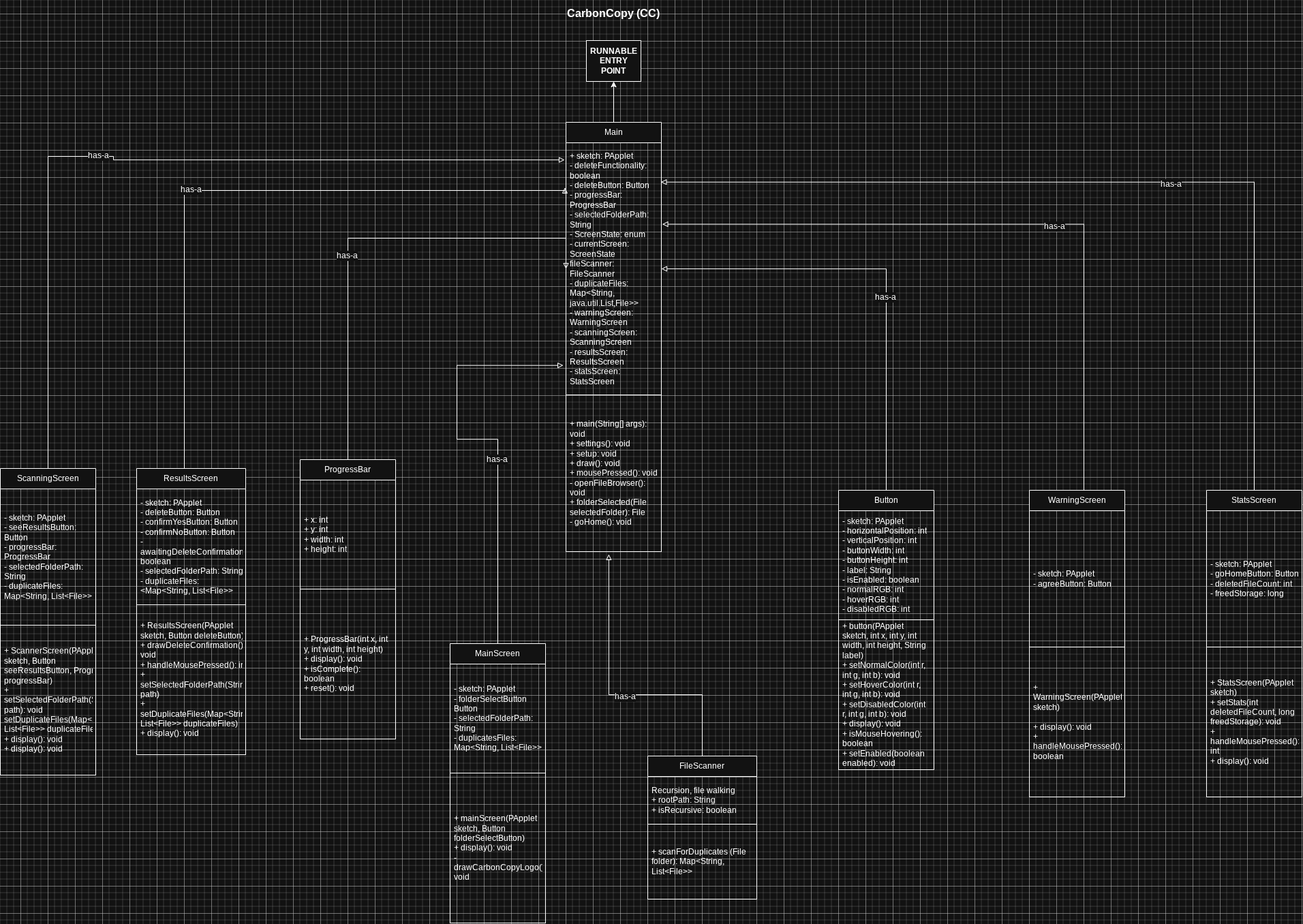
CFlory-Programming/AdvProgrammingIndividualProject keeps this draw.io diagram as images/UML.png. Above is the earlier version. Source tidied: cells renumbered, new cells last; positions are measured from the earlier drawing's top-left corner, leaving out a move shared by most shapes.
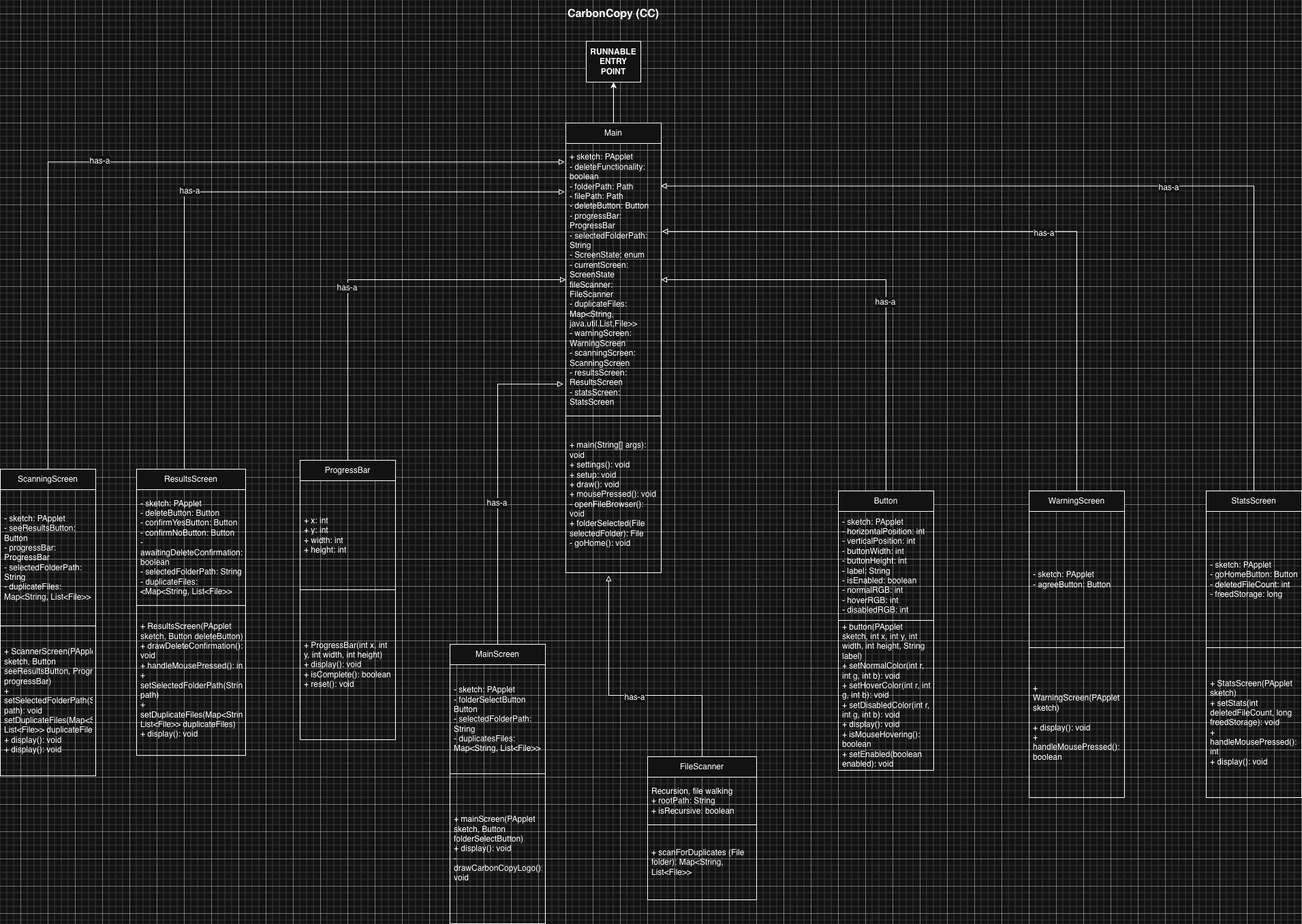
Later version of the same file.

What changed in the source:
```diff
@@ -30,18 +30,18 @@
       <mxGeometry relative="1" as="geometry" />
     </mxCell>
     <mxCell id="11" value="Main" style="swimlane;fontStyle=0;horizontal=1;startSize=30;whiteSpace=wrap;html=1;" parent="1" vertex="1">
-      <mxGeometry x="830" y="180" width="140" height="630" as="geometry" />
+      <mxGeometry x="830" y="180" width="140" height="660" as="geometry" />
     </mxCell>
-    <mxCell id="12" value="+ sketch: PApplet&lt;div&gt;- deleteFunctionality: boolean&lt;/div&gt;&lt;div&gt;- deleteButton: Button&lt;/div&gt;&lt;div&gt;- progressBar: ProgressBar&lt;/div&gt;&lt;div&gt;- selectedFolderPath: String&lt;/div&gt;&lt;div&gt;- ScreenState: enum&lt;/div&gt;&lt;div&gt;- currentScreen: ScreenState&lt;/div&gt;&lt;div&gt;fileScanner: FileScanner&lt;/div&gt;&lt;div&gt;- duplicateFiles: Map&amp;lt;String, java.util.List,File&amp;gt;&amp;gt;&lt;br&gt;- warningScreen: WarningScreen&lt;/div&gt;&lt;div&gt;- scanningScreen: ScanningScreen&lt;/div&gt;&lt;div&gt;- resultsScreen: ResultsScreen&lt;/div&gt;&lt;div&gt;- statsScreen: StatsScreen&lt;/div&gt;" style="text;strokeColor=none;fillColor=none;align=left;verticalAlign=middle;spacingLeft=4;spacingRight=4;overflow=hidden;points=[[0,0.5],[1,0.5]];portConstraint=eastwest;whiteSpace=wrap;html=1;" parent="11" vertex="1">
-      <mxGeometry y="30" width="140" height="370" as="geometry" />
+    <mxCell id="12" value="+ sketch: PApplet&lt;div&gt;- deleteFunctionality: boolean&lt;/div&gt;&lt;div&gt;- folderPath: Path&lt;/div&gt;&lt;div&gt;- filePath: Path&lt;/div&gt;&lt;div&gt;- deleteButton: Button&lt;/div&gt;&lt;div&gt;- progressBar: ProgressBar&lt;/div&gt;&lt;div&gt;- selectedFolderPath: String&lt;/div&gt;&lt;div&gt;- ScreenState: enum&lt;/div&gt;&lt;div&gt;- currentScreen: ScreenState&lt;/div&gt;&lt;div&gt;fileScanner: FileScanner&lt;/div&gt;&lt;div&gt;- duplicateFiles: Map&amp;lt;String, java.util.List,File&amp;gt;&amp;gt;&lt;br&gt;- warningScreen: WarningScreen&lt;/div&gt;&lt;div&gt;- scanningScreen: ScanningScreen&lt;/div&gt;&lt;div&gt;- resultsScreen: ResultsScreen&lt;/div&gt;&lt;div&gt;- statsScreen: StatsScreen&lt;/div&gt;" style="text;strokeColor=none;fillColor=none;align=left;verticalAlign=middle;spacingLeft=4;spacingRight=4;overflow=hidden;points=[[0,0.5],[1,0.5]];portConstraint=eastwest;whiteSpace=wrap;html=1;" parent="11" vertex="1">
+      <mxGeometry y="30" width="140" height="400" as="geometry" />
     </mxCell>
     <mxCell id="13" value="+ main(String[] args): void&lt;div&gt;+ settings(): void&lt;/div&gt;&lt;div&gt;+ setup: void&lt;/div&gt;&lt;div&gt;+ draw(): void&lt;/div&gt;&lt;div&gt;+ mousePressed(): void&lt;br&gt;- openFileBrowser(): void&lt;/div&gt;&lt;div&gt;+ folderSelected(File selectedFolder): File&lt;/div&gt;&lt;div&gt;- goHome(): void&lt;/div&gt;" style="text;strokeColor=default;fillColor=none;align=left;verticalAlign=middle;spacingLeft=4;spacingRight=4;overflow=hidden;points=[[0,0.5],[1,0.5]];portConstraint=eastwest;whiteSpace=wrap;html=1;strokeWidth=1;" parent="11" vertex="1">
-      <mxGeometry y="400" width="140" height="230" as="geometry" />
+      <mxGeometry y="430" width="140" height="230" as="geometry" />
     </mxCell>
     <mxCell id="14" style="edgeStyle=orthogonalEdgeStyle;rounded=0;jettySize=auto;html=1;entryX=1;entryY=0.5;entryDx=0;entryDy=0;endArrow=block;endFill=0;exitX=0.5;exitY=0;exitDx=0;exitDy=0;" parent="1" edge="1" source="7" target="12">
       <mxGeometry relative="1" as="geometry">
         <Array as="points">
-          <mxPoint x="1300" y="395" />
+          <mxPoint x="1300" y="410" />
         </Array>
       </mxGeometry>
     </mxCell>
@@ -71,8 +71,7 @@
     <mxCell id="21" style="edgeStyle=orthogonalEdgeStyle;rounded=0;jettySize=auto;html=1;entryX=0;entryY=0.5;entryDx=0;entryDy=0;endArrow=block;endFill=0;exitX=0.5;exitY=0;exitDx=0;exitDy=0;" parent="1" edge="1" source="18" target="12">
       <mxGeometry relative="1" as="geometry">
         <Array as="points">
-          <mxPoint x="510" y="350" />
-          <mxPoint x="830" y="350" />
+          <mxPoint x="510" y="410" />
         </Array>
       </mxGeometry>
     </mxCell>
@@ -91,9 +90,7 @@
     <mxCell id="26" style="edgeStyle=orthogonalEdgeStyle;rounded=0;jettySize=auto;html=1;entryX=-0.028;entryY=0.883;entryDx=0;entryDy=0;endArrow=block;endFill=0;exitX=0.5;exitY=0;exitDx=0;exitDy=0;entryPerimeter=0;" parent="1" edge="1" source="23" target="12">
       <mxGeometry relative="1" as="geometry">
         <Array as="points">
-          <mxPoint x="730" y="645" />
-          <mxPoint x="670" y="645" />
-          <mxPoint x="670" y="537" />
+          <mxPoint x="730" y="563" />
         </Array>
       </mxGeometry>
     </mxCell>
@@ -113,8 +110,7 @@
       <mxGeometry relative="1" as="geometry">
         <Array as="points">
           <mxPoint x="270" y="688" />
-          <mxPoint x="270" y="280" />
-          <mxPoint x="828" y="280" />
+          <mxPoint x="270" y="281" />
         </Array>
       </mxGeometry>
     </mxCell>
@@ -133,9 +129,7 @@
     <mxCell id="36" style="edgeStyle=orthogonalEdgeStyle;rounded=0;jettySize=auto;html=1;entryX=-0.014;entryY=0.068;entryDx=0;entryDy=0;endArrow=block;endFill=0;exitX=0.5;exitY=0;exitDx=0;exitDy=0;entryPerimeter=0;" parent="1" edge="1" source="33" target="12">
       <mxGeometry relative="1" as="geometry">
         <Array as="points">
-          <mxPoint x="70" y="230" />
-          <mxPoint x="166" y="230" />
-          <mxPoint x="166" y="235" />
+          <mxPoint x="70" y="237" />
         </Array>
       </mxGeometry>
     </mxCell>
@@ -154,7 +148,7 @@
     <mxCell id="41" style="edgeStyle=orthogonalEdgeStyle;rounded=0;jettySize=auto;html=1;entryX=0.995;entryY=0.156;entryDx=0;entryDy=0;endArrow=block;endFill=0;exitX=0.5;exitY=0;exitDx=0;exitDy=0;entryPerimeter=0;" parent="1" edge="1" source="38" target="12">
       <mxGeometry relative="1" as="geometry">
         <Array as="points">
-          <mxPoint x="1840" y="268" />
+          <mxPoint x="1840" y="272" />
         </Array>
       </mxGeometry>
     </mxCell>
@@ -173,7 +167,7 @@
     <mxCell id="46" style="edgeStyle=orthogonalEdgeStyle;rounded=0;jettySize=auto;html=1;entryX=1.01;entryY=0.323;entryDx=0;entryDy=0;endArrow=block;endFill=0;exitX=0.5;exitY=0;exitDx=0;exitDy=0;entryPerimeter=0;" parent="1" edge="1" source="43" target="12">
       <mxGeometry relative="1" as="geometry">
         <Array as="points">
-          <mxPoint x="1590" y="330" />
+          <mxPoint x="1580" y="339" />
         </Array>
       </mxGeometry>
     </mxCell>
```
